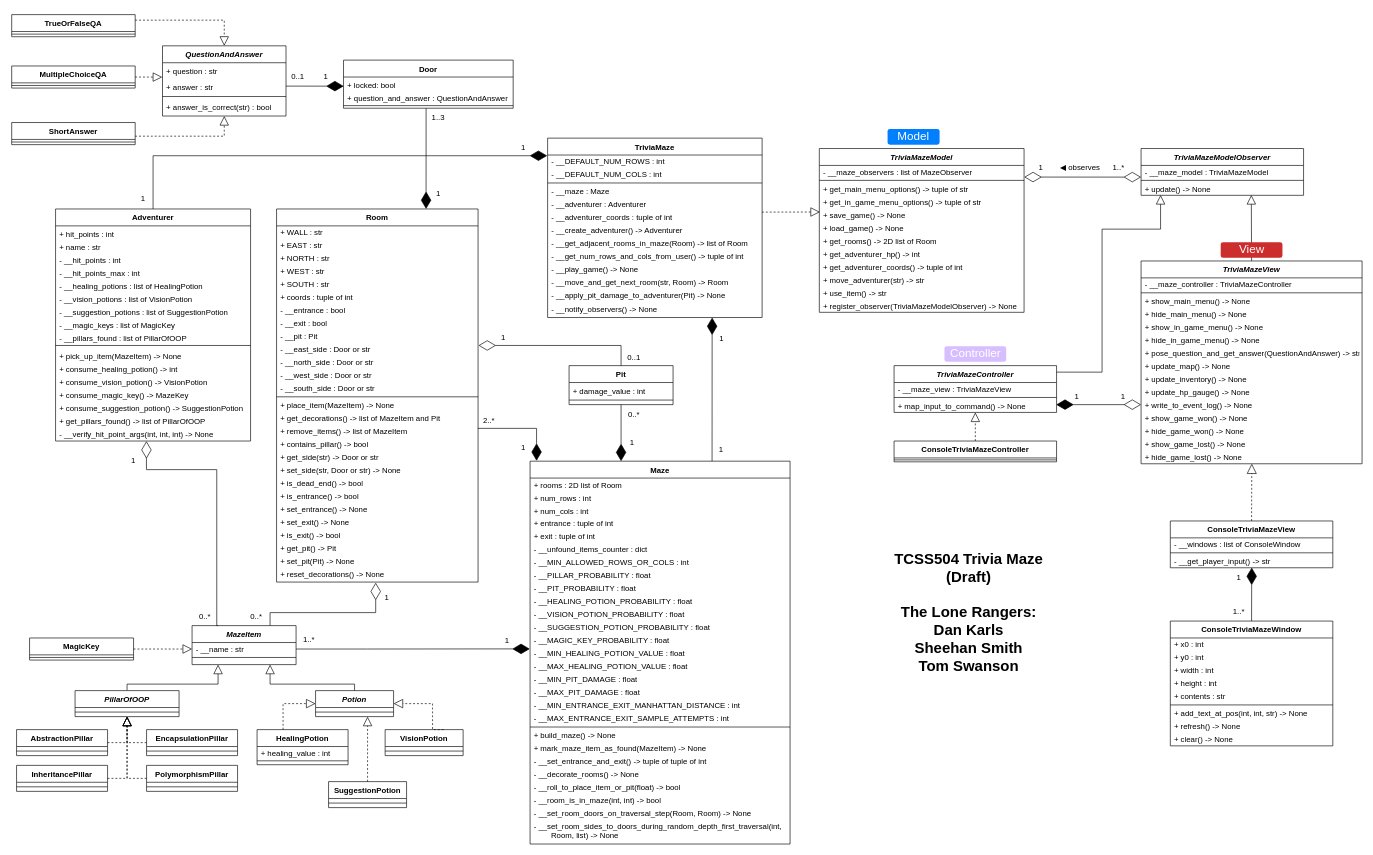
Before: doc/UML.drawio in dskarls/TCSS504-Trivia-Maze, a draw.io diagram. Source tidied: cells renumbered, new cells numbered last; positions are measured from the earlier drawing's top-left corner, leaving out a move shared by most shapes. Both pictures are drawn from the tidied source at 65%, with x=0, y=0 at pixel (11, 14).
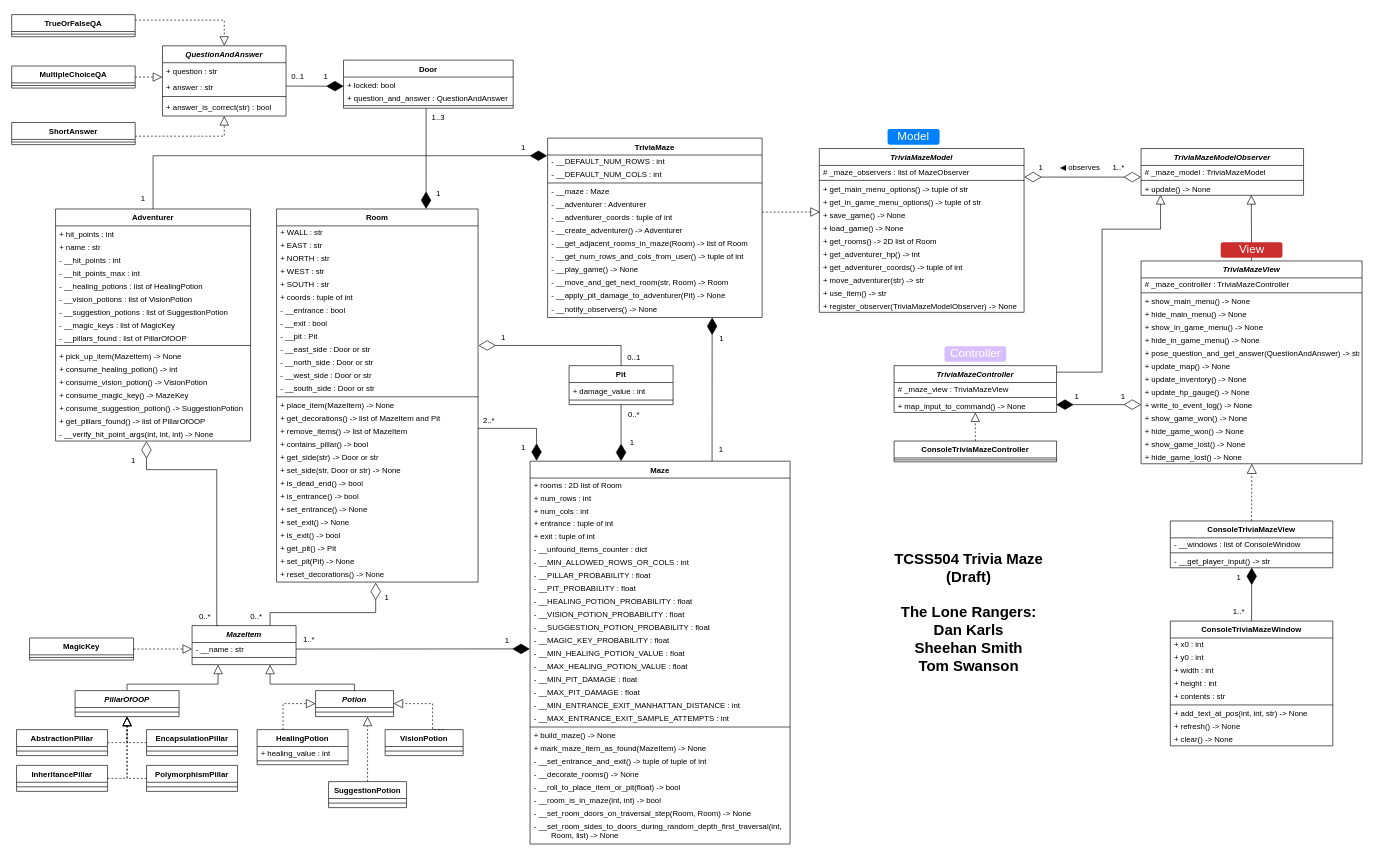
After the change.

Commit message:
DOC: Fix visibility of ABC attrs

This need to be visible to concrete subclasses

Unchanged cells that the change refers to:
```xml
<mxCell id="176" value="TriviaMazeModel" style="swimlane;fontStyle=3;align=center;verticalAlign=top;horizontal=1;startSize=26;fontFamily=Helvetica;fontSize=12;" parent="1" vertex="1">
  <mxGeometry x="1243" y="206" width="315" height="252" as="geometry" />
</mxCell>
<mxCell id="191" value="TriviaMazeView" style="swimlane;fontStyle=3;align=center;verticalAlign=top;horizontal=1;startSize=26;fontFamily=Helvetica;fontSize=12;" parent="1" vertex="1">
  <mxGeometry x="1738" y="379" width="340" height="312" as="geometry" />
</mxCell>
<mxCell id="213" value="TriviaMazeController" style="swimlane;fontStyle=3;align=center;verticalAlign=top;horizontal=1;startSize=26;fontFamily=Helvetica;fontSize=12;" parent="1" vertex="1">
  <mxGeometry x="1358" y="540" width="250" height="72" as="geometry" />
</mxCell>
<mxCell id="237" value="TriviaMazeModelObserver" style="swimlane;fontStyle=3;align=center;verticalAlign=top;horizontal=1;startSize=26;fontFamily=Helvetica;fontSize=12;" parent="1" vertex="1">
  <mxGeometry x="1738" y="206" width="250" height="72" as="geometry" />
</mxCell>
```

Change to the diagram source:
```diff
@@
-    <mxCell id="177" value="- __maze_observers : list of MazeObserver" style="text;strokeColor=none;fillColor=none;align=left;verticalAlign=middle;spacingLeft=4;spacingRight=4;overflow=hidden;points=[[0,0.5],[1,0.5]];portConstraint=eastwest;" parent="176" vertex="1">
+    <mxCell id="177" value="# _maze_observers : list of MazeObserver" style="text;strokeColor=none;fillColor=none;align=left;verticalAlign=middle;spacingLeft=4;spacingRight=4;overflow=hidden;points=[[0,0.5],[1,0.5]];portConstraint=eastwest;" parent="176" vertex="1">
       <mxGeometry y="26" width="315" height="20" as="geometry" />
     </mxCell>
@@
-    <mxCell id="192" value="- __maze_controller : TriviaMazeController" style="text;strokeColor=none;fillColor=none;align=left;verticalAlign=middle;spacingLeft=4;spacingRight=4;overflow=hidden;" parent="191" vertex="1">
+    <mxCell id="192" value="# _maze_controller : TriviaMazeController" style="text;strokeColor=none;fillColor=none;align=left;verticalAlign=middle;spacingLeft=4;spacingRight=4;overflow=hidden;" parent="191" vertex="1">
       <mxGeometry y="26" width="340" height="20" as="geometry" />
     </mxCell>
@@
-    <mxCell id="214" value="- __maze_view : TriviaMazeView" style="text;strokeColor=none;fillColor=none;align=left;verticalAlign=middle;spacingLeft=4;spacingRight=4;overflow=hidden;" parent="213" vertex="1">
+    <mxCell id="214" value="# _maze_view : TriviaMazeView" style="text;strokeColor=none;fillColor=none;align=left;verticalAlign=middle;spacingLeft=4;spacingRight=4;overflow=hidden;" parent="213" vertex="1">
       <mxGeometry y="26" width="250" height="20" as="geometry" />
     </mxCell>
@@
-    <mxCell id="238" value="- __maze_model : TriviaMazeModel" style="text;strokeColor=none;fillColor=none;align=left;verticalAlign=middle;spacingLeft=4;spacingRight=4;overflow=hidden;" parent="237" vertex="1">
+    <mxCell id="238" value="# _maze_model : TriviaMazeModel" style="text;strokeColor=none;fillColor=none;align=left;verticalAlign=middle;spacingLeft=4;spacingRight=4;overflow=hidden;" parent="237" vertex="1">
       <mxGeometry y="26" width="250" height="20" as="geometry" />
     </mxCell>
```
